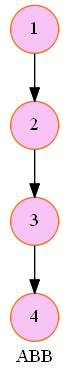
Earlier version of the Graphviz export ABB.png (jeani-rodas97/EDD_2S2020_201404421). Its source is kept beside it as ABB.dot.
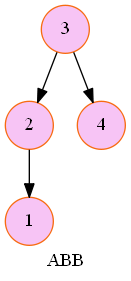
The same diagram one commit later.

The edit, as a diff of the source:
```diff
@@ -2,8 +2,9 @@
  rankdir=TB;
  label = "ABB"
  node [shape = circle, style=filled, color="#F76B11", fillcolor= "#F7C4F5" ];
+1
+2->1
+3->2
 4
 3->4
-2->3
-1->2
 }
```
